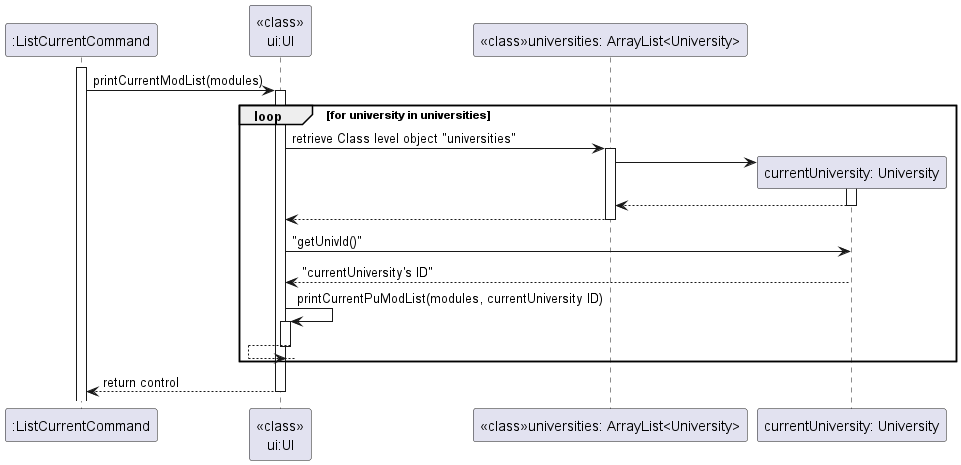
The PlantUML diagram docs/diagrams/ListCurrentCommandSequenceDiagram.png in nus-cs2113-AY2223S2/tp, before a commit.
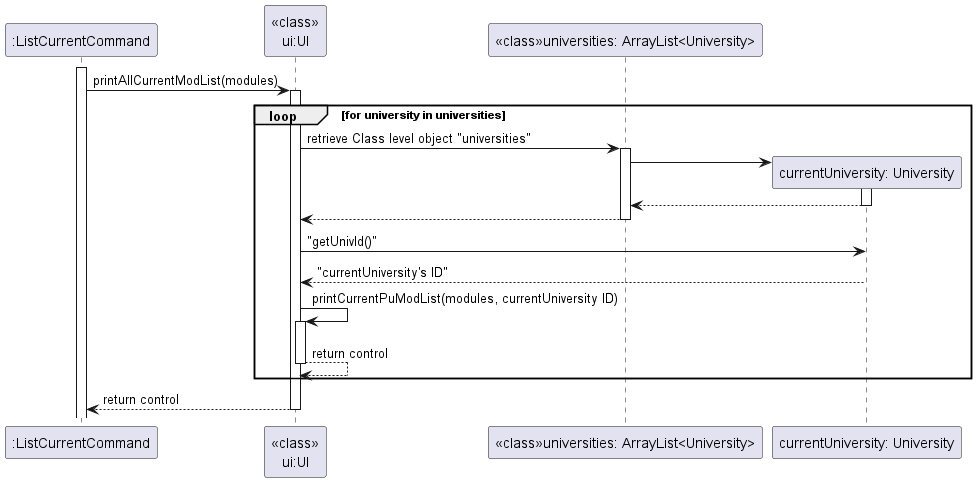
After the change.

Commit message:
Updated Sequence Diagrams for list and delete commands

Change to the diagram source:
```diff
@@ -3,7 +3,7 @@
 
 activate ":ListCurrentCommand"
 
-":ListCurrentCommand" -> "<<class>>\nui:UI" : printCurrentModList(modules)
+":ListCurrentCommand" -> "<<class>>\nui:UI" : printAllCurrentModList(modules)
 activate "<<class>>\nui:UI"
 
 loop for university in universities
@@ -23,7 +23,7 @@
 
     "<<class>>\nui:UI" -> "<<class>>\nui:UI": printCurrentPuModList(modules, currentUniversity ID)
     activate "<<class>>\nui:UI"
-    "<<class>>\nui:UI" <-- "<<class>>\nui:UI"
+    "<<class>>\nui:UI" --> "<<class>>\nui:UI": return control
     deactivate "<<class>>\nui:UI"
 end
 
```
